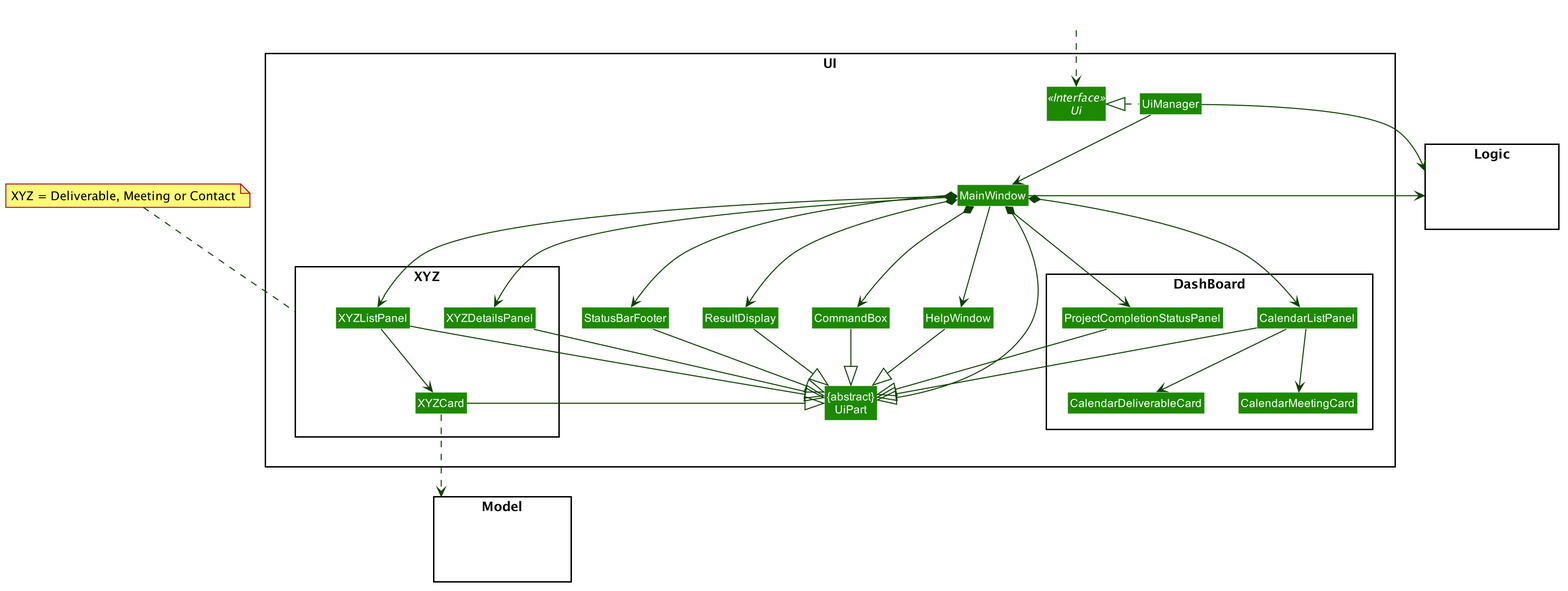
The PlantUML diagram docs/images/UiClassDiagram.png in shadowezz/Productiv, before a commit. The source it was exported from:
```plantuml
@startuml








skinparam BackgroundColor #FFFFFFF

skinparam Shadowing false

skinparam Class {
    FontColor #FFFFFF
    BorderThickness 1
    BorderColor #FFFFFF
    StereotypeFontColor #FFFFFF
    FontName Arial
}

skinparam Actor {
    BorderColor #000000
    Color #000000
    FontName Arial
}

skinparam Sequence {
    MessageAlign center
    BoxFontSize 15
    BoxPadding 0
    BoxFontColor #FFFFFF
    FontName Arial
}

skinparam Participant {
    FontColor #FFFFFFF
    Padding 20
}

skinparam MinClassWidth 50
skinparam ParticipantPadding 10
skinparam Shadowing false
skinparam DefaultTextAlignment center
skinparam packageStyle Rectangle

hide footbox
hide members
hide circle
skinparam arrowThickness 1.1
skinparam arrowColor #0E4100
skinparam classBackgroundColor #1D8900

package UI <<Rectangle>>{
Interface Ui <<Interface>>
Class "{abstract}\nUiPart" as UiPart
Class UiManager
Class MainWindow
Class HelpWindow
Class ResultDisplay
Class StatusBarFooter
Class CommandBox
package XYZ <<Rectangle>>{
Class XYZDetailsPanel
Class XYZListPanel
Class XYZCard
}
package DashBoard <<Rectangle>>{
Class CalendarDeliverableCard
Class CalendarListPanel
Class CalendarMeetingCard
Class ProjectCompletionStatusPanel
}
}

package Model <<Rectangle>> {
Class HiddenModel #FFFFFF
}

package Logic <<Rectangle>> {
Class HiddenLogic #FFFFFF
}

Class HiddenOutside #FFFFFF
HiddenOutside ..> Ui

UiManager .left.|> Ui
UiManager -down-> MainWindow
MainWindow --> HelpWindow
MainWindow *-down-> CommandBox
MainWindow *-down-> ResultDisplay
MainWindow *-down-> XYZListPanel
MainWindow *-down-> StatusBarFooter
MainWindow *-down-> XYZDetailsPanel
MainWindow *-down-> CalendarListPanel
MainWindow *-down-> ProjectCompletionStatusPanel

XYZListPanel -down-> XYZCard
CalendarListPanel -down-> CalendarDeliverableCard
CalendarListPanel -down-> CalendarMeetingCard

MainWindow -left-|> UiPart

ResultDisplay --|> UiPart
CommandBox --|> UiPart
XYZListPanel --|> UiPart
XYZCard --|> UiPart
StatusBarFooter --|> UiPart
HelpWindow -down-|> UiPart
XYZDetailsPanel --|> UiPart
CalendarListPanel --|> UiPart
ProjectCompletionStatusPanel --|> UiPart

XYZCard ..> Model
UiManager -right-> Logic
MainWindow -left-> Logic
note top of XYZ: XYZ = Deliverable, Meeting or Contact

XYZListPanel -[hidden]left- HelpWindow
HelpWindow -[hidden]left- CommandBox
CommandBox -[hidden]left- ResultDisplay
ResultDisplay -[hidden]left- StatusBarFooter

MainWindow -[hidden]-|> UiPart
@enduml
```
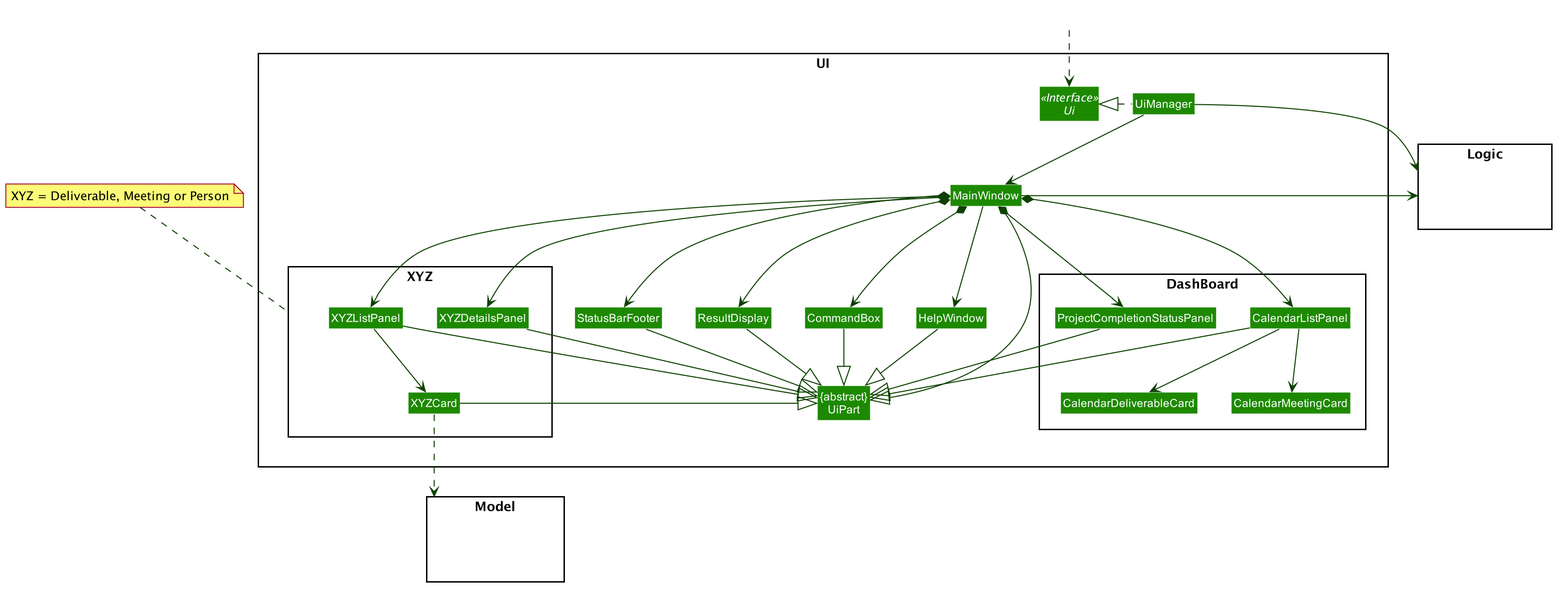
The same file after the commit.

Commit message:
Fix typo in uml diagram.

Change to the diagram source:
```diff
@@ -114,7 +114,7 @@
 XYZCard ..> Model
 UiManager -right-> Logic
 MainWindow -left-> Logic
-note top of XYZ: XYZ = Deliverable, Meeting or Contact
+note top of XYZ: XYZ = Deliverable, Meeting or Person
 
 XYZListPanel -[hidden]left- HelpWindow
 HelpWindow -[hidden]left- CommandBox
```
